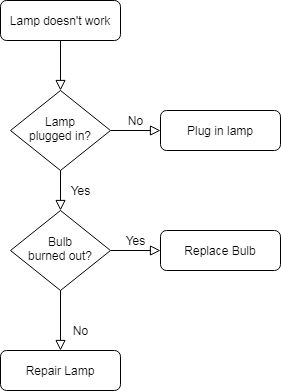
yin8133/imageFile keeps this draw.io diagram as 闸机.png. Above is the earlier version. Source tidied: cells renumbered, new cells last; positions are measured from the earlier drawing's top-left corner, leaving out a move shared by most shapes. Source of this version:
```xml
<mxGraphModel>
  <root>
    <mxCell id="0" />
    <mxCell id="1" parent="0" />
    <mxCell id="2" style="rounded=0;html=1;jettySize=auto;fontSize=11;endArrow=block;endFill=0;endSize=8;strokeWidth=1;shadow=0;labelBackgroundColor=none;edgeStyle=orthogonalEdgeStyle;" parent="1" edge="1" source="3" target="6">
      <mxGeometry relative="1" as="geometry" />
    </mxCell>
    <mxCell id="3" value="Lamp doesn't work" style="rounded=1;whiteSpace=wrap;html=1;fontSize=12;glass=0;strokeWidth=1;shadow=0;" parent="1" vertex="1">
      <mxGeometry width="120" height="40" as="geometry" />
    </mxCell>
    <mxCell id="4" value="Yes" style="rounded=0;html=1;jettySize=auto;fontSize=11;endArrow=block;endFill=0;endSize=8;strokeWidth=1;shadow=0;labelBackgroundColor=none;edgeStyle=orthogonalEdgeStyle;" parent="1" edge="1" source="6" target="10">
      <mxGeometry y="20" relative="1" as="geometry" />
    </mxCell>
    <mxCell id="5" value="No" style="edgeStyle=orthogonalEdgeStyle;rounded=0;html=1;jettySize=auto;fontSize=11;endArrow=block;endFill=0;endSize=8;strokeWidth=1;shadow=0;labelBackgroundColor=none;" parent="1" edge="1" source="6" target="7">
      <mxGeometry y="10" relative="1" as="geometry" />
    </mxCell>
    <mxCell id="6" value="Lamp&lt;br&gt;plugged in?" style="rhombus;whiteSpace=wrap;html=1;shadow=0;fontFamily=Helvetica;fontSize=12;align=center;strokeWidth=1;spacing=6;spacingTop=-4;" parent="1" vertex="1">
      <mxGeometry x="10" y="90" width="100" height="80" as="geometry" />
    </mxCell>
    <mxCell id="7" value="Plug in lamp" style="rounded=1;whiteSpace=wrap;html=1;fontSize=12;glass=0;strokeWidth=1;shadow=0;" parent="1" vertex="1">
      <mxGeometry x="160" y="110" width="120" height="40" as="geometry" />
    </mxCell>
    <mxCell id="8" value="No" style="rounded=0;html=1;jettySize=auto;fontSize=11;endArrow=block;endFill=0;endSize=8;strokeWidth=1;shadow=0;labelBackgroundColor=none;edgeStyle=orthogonalEdgeStyle;" parent="1" edge="1" source="10" target="11">
      <mxGeometry x="0.33" y="20" relative="1" as="geometry" />
    </mxCell>
    <mxCell id="9" value="Yes" style="edgeStyle=orthogonalEdgeStyle;rounded=0;html=1;jettySize=auto;fontSize=11;endArrow=block;endFill=0;endSize=8;strokeWidth=1;shadow=0;labelBackgroundColor=none;" parent="1" edge="1" source="10" target="12">
      <mxGeometry y="10" relative="1" as="geometry" />
    </mxCell>
    <mxCell id="10" value="Bulb&lt;br&gt;burned out?" style="rhombus;whiteSpace=wrap;html=1;shadow=0;fontFamily=Helvetica;fontSize=12;align=center;strokeWidth=1;spacing=6;spacingTop=-4;" parent="1" vertex="1">
      <mxGeometry x="10" y="210" width="100" height="80" as="geometry" />
    </mxCell>
    <mxCell id="11" value="Repair Lamp" style="rounded=1;whiteSpace=wrap;html=1;fontSize=12;glass=0;strokeWidth=1;shadow=0;" parent="1" vertex="1">
      <mxGeometry y="350" width="120" height="40" as="geometry" />
    </mxCell>
    <mxCell id="12" value="Replace Bulb" style="rounded=1;whiteSpace=wrap;html=1;fontSize=12;glass=0;strokeWidth=1;shadow=0;" parent="1" vertex="1">
      <mxGeometry x="160" y="230" width="120" height="40" as="geometry" />
    </mxCell>
  </root>
</mxGraphModel>
```
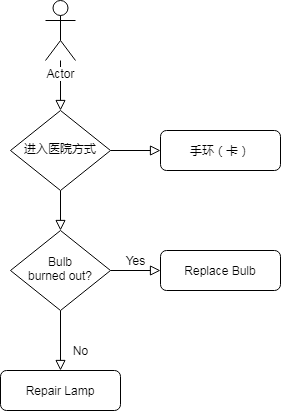
Later version of the same file.

Change to the diagram source:
```diff
@@ -2,22 +2,21 @@
   <root>
     <mxCell id="0" />
     <mxCell id="1" parent="0" />
-    <mxCell id="2" style="rounded=0;html=1;jettySize=auto;fontSize=11;endArrow=block;endFill=0;endSize=8;strokeWidth=1;shadow=0;labelBackgroundColor=none;edgeStyle=orthogonalEdgeStyle;" parent="1" edge="1" source="3" target="6">
-      <mxGeometry relative="1" as="geometry" />
+    <mxCell id="2" style="rounded=0;html=1;jettySize=auto;fontSize=11;endArrow=block;endFill=0;endSize=8;strokeWidth=1;shadow=0;labelBackgroundColor=none;edgeStyle=orthogonalEdgeStyle;" parent="1" edge="1" target="6">
+      <mxGeometry relative="1" as="geometry">
+        <mxPoint x="60" y="40" as="sourcePoint" />
+      </mxGeometry>
     </mxCell>
-    <mxCell id="3" value="Lamp doesn't work" style="rounded=1;whiteSpace=wrap;html=1;fontSize=12;glass=0;strokeWidth=1;shadow=0;" parent="1" vertex="1">
-      <mxGeometry width="120" height="40" as="geometry" />
-    </mxCell>
-    <mxCell id="4" value="Yes" style="rounded=0;html=1;jettySize=auto;fontSize=11;endArrow=block;endFill=0;endSize=8;strokeWidth=1;shadow=0;labelBackgroundColor=none;edgeStyle=orthogonalEdgeStyle;" parent="1" edge="1" source="6" target="10">
+    <mxCell id="4" style="rounded=0;html=1;jettySize=auto;fontSize=11;endArrow=block;endFill=0;endSize=8;strokeWidth=1;shadow=0;labelBackgroundColor=none;edgeStyle=orthogonalEdgeStyle;" parent="1" edge="1" source="6" target="10">
       <mxGeometry y="20" relative="1" as="geometry" />
     </mxCell>
-    <mxCell id="5" value="No" style="edgeStyle=orthogonalEdgeStyle;rounded=0;html=1;jettySize=auto;fontSize=11;endArrow=block;endFill=0;endSize=8;strokeWidth=1;shadow=0;labelBackgroundColor=none;" parent="1" edge="1" source="6" target="7">
-      <mxGeometry y="10" relative="1" as="geometry" />
+    <mxCell id="5" style="edgeStyle=orthogonalEdgeStyle;rounded=0;html=1;jettySize=auto;fontSize=11;endArrow=block;endFill=0;endSize=8;strokeWidth=1;shadow=0;labelBackgroundColor=none;" parent="1" edge="1" source="6" target="7">
+      <mxGeometry x="-0.2" y="20" relative="1" as="geometry" />
     </mxCell>
-    <mxCell id="6" value="Lamp&lt;br&gt;plugged in?" style="rhombus;whiteSpace=wrap;html=1;shadow=0;fontFamily=Helvetica;fontSize=12;align=center;strokeWidth=1;spacing=6;spacingTop=-4;" parent="1" vertex="1">
+    <mxCell id="6" value="进入医院方式" style="rhombus;whiteSpace=wrap;html=1;shadow=0;fontFamily=Helvetica;fontSize=12;align=center;strokeWidth=1;spacing=6;spacingTop=-4;" parent="1" vertex="1">
       <mxGeometry x="10" y="90" width="100" height="80" as="geometry" />
     </mxCell>
-    <mxCell id="7" value="Plug in lamp" style="rounded=1;whiteSpace=wrap;html=1;fontSize=12;glass=0;strokeWidth=1;shadow=0;" parent="1" vertex="1">
+    <mxCell id="7" value="手环（卡）" style="rounded=1;whiteSpace=wrap;html=1;fontSize=12;glass=0;strokeWidth=1;shadow=0;" parent="1" vertex="1">
       <mxGeometry x="160" y="110" width="120" height="40" as="geometry" />
     </mxCell>
     <mxCell id="8" value="No" style="rounded=0;html=1;jettySize=auto;fontSize=11;endArrow=block;endFill=0;endSize=8;strokeWidth=1;shadow=0;labelBackgroundColor=none;edgeStyle=orthogonalEdgeStyle;" parent="1" edge="1" source="10" target="11">
@@ -35,5 +34,8 @@
     <mxCell id="12" value="Replace Bulb" style="rounded=1;whiteSpace=wrap;html=1;fontSize=12;glass=0;strokeWidth=1;shadow=0;" parent="1" vertex="1">
       <mxGeometry x="160" y="230" width="120" height="40" as="geometry" />
     </mxCell>
+    <mxCell id="13" value="Actor" style="shape=umlActor;verticalLabelPosition=bottom;labelBackgroundColor=#ffffff;verticalAlign=top;html=1;" parent="1" vertex="1">
+      <mxGeometry x="45" y="-20" width="30" height="60" as="geometry" />
+    </mxCell>
   </root>
 </mxGraphModel>
```
